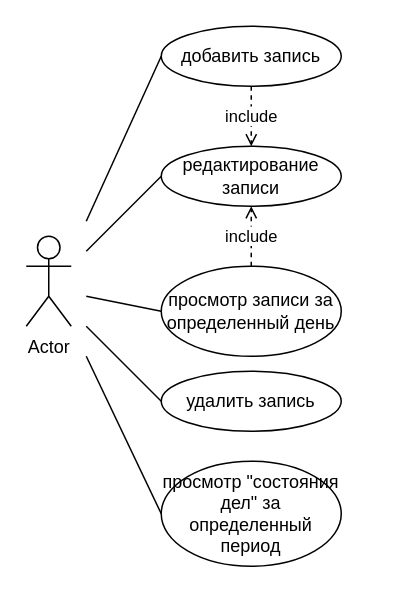
poupoupouCx/your_day keeps this draw.io diagram as Images/use_case.drawio. Above is the earlier version. Source tidied: cells renumbered, new cells numbered last; positions are measured from the earlier drawing's top-left corner, leaving out a move shared by most shapes. Both pictures are drawn from the tidied source at 150%, with x=0, y=0 at pixel (26, 26).
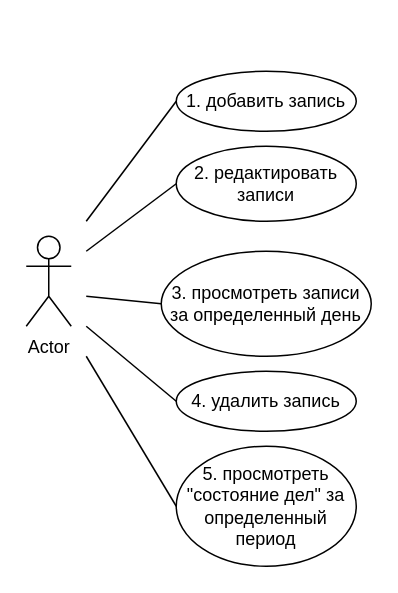
The same page after the edit.

The edit, as a diff of the source:
```diff
@@
 <mxGraphModel>
   <root>
     <mxCell id="0" />
     <mxCell id="1" parent="0" />
     <mxCell id="2" value="Actor" style="shape=umlActor;verticalLabelPosition=bottom;labelBackgroundColor=#ffffff;verticalAlign=top;html=1;" parent="1" vertex="1">
       <mxGeometry y="140" width="30" height="60" as="geometry" />
     </mxCell>
-    <mxCell id="3" value="добавить запись" style="ellipse;whiteSpace=wrap;html=1;" parent="1" vertex="1">
-      <mxGeometry x="90" width="120" height="40" as="geometry" />
+    <mxCell id="3" value="1. добавить запись" style="ellipse;whiteSpace=wrap;html=1;" parent="1" vertex="1">
+      <mxGeometry x="100" y="30" width="120" height="40" as="geometry" />
     </mxCell>
-    <mxCell id="4" value="удалить запись" style="ellipse;whiteSpace=wrap;html=1;" parent="1" vertex="1">
-      <mxGeometry x="90" y="230" width="120" height="40" as="geometry" />
+    <mxCell id="4" value="4. удалить запись" style="ellipse;whiteSpace=wrap;html=1;" parent="1" vertex="1">
+      <mxGeometry x="100" y="230" width="120" height="40" as="geometry" />
     </mxCell>
-    <mxCell id="5" value="просмотр записи за определенный день" style="ellipse;whiteSpace=wrap;html=1;" parent="1" vertex="1">
-      <mxGeometry x="90" y="160" width="120" height="60" as="geometry" />
+    <mxCell id="5" value="3. просмотреть записи за определенный день" style="ellipse;whiteSpace=wrap;html=1;" parent="1" vertex="1">
+      <mxGeometry x="90" y="150" width="140" height="70" as="geometry" />
     </mxCell>
-    <mxCell id="6" value="просмотр &quot;состояния дел&quot; за определенный период" style="ellipse;whiteSpace=wrap;html=1;" parent="1" vertex="1">
-      <mxGeometry x="90" y="290" width="120" height="70" as="geometry" />
+    <mxCell id="6" value="5. просмотреть&lt;br&gt;&quot;состояние дел&quot; за определенный период" style="ellipse;whiteSpace=wrap;html=1;" parent="1" vertex="1">
+      <mxGeometry x="100" y="280" width="120" height="80" as="geometry" />
     </mxCell>
     <mxCell id="7" style="endArrow=none;html=1;entryX=0;entryY=0.5;entryDx=0;entryDy=0;" parent="1" edge="1" target="3">
       <mxGeometry relative="1" as="geometry">
         <mxPoint x="40" y="130" as="sourcePoint" />
       </mxGeometry>
     </mxCell>
     <mxCell id="8" style="endArrow=none;html=1;entryX=0;entryY=0.5;entryDx=0;entryDy=0;" parent="1" edge="1" target="4">
       <mxGeometry relative="1" as="geometry">
         <mxPoint x="40" y="200" as="sourcePoint" />
       </mxGeometry>
     </mxCell>
     <mxCell id="9" style="endArrow=none;html=1;entryX=0;entryY=0.5;entryDx=0;entryDy=0;" parent="1" edge="1" target="5">
       <mxGeometry relative="1" as="geometry">
         <mxPoint x="40" y="180" as="sourcePoint" />
       </mxGeometry>
     </mxCell>
     <mxCell id="10" style="endArrow=none;html=1;entryX=0;entryY=0.5;entryDx=0;entryDy=0;" parent="1" edge="1" target="6">
       <mxGeometry relative="1" as="geometry">
         <mxPoint x="40" y="220" as="sourcePoint" />
       </mxGeometry>
     </mxCell>
-    <mxCell id="11" value="редактирование записи" style="ellipse;whiteSpace=wrap;html=1;perimeterSpacing=0;" parent="1" vertex="1">
-      <mxGeometry x="90" y="80" width="120" height="40" as="geometry" />
+    <mxCell id="11" value="2. редактировать записи" style="ellipse;whiteSpace=wrap;html=1;perimeterSpacing=0;" parent="1" vertex="1">
+      <mxGeometry x="100" y="80" width="120" height="50" as="geometry" />
     </mxCell>
-    <mxCell id="12" value="include" style="endArrow=open;endSize=6;endFill=0;html=1;dashed=1;startArrow=none;startFill=0;exitX=0.5;exitY=1;exitDx=0;exitDy=0;entryX=0.5;entryY=0;entryDx=0;entryDy=0;" parent="1" edge="1" source="3" target="11">
-      <mxGeometry relative="1" as="geometry" />
-    </mxCell>
     <mxCell id="13" style="endArrow=none;html=1;entryX=0;entryY=0.5;entryDx=0;entryDy=0;" parent="1" edge="1" target="11">
       <mxGeometry relative="1" as="geometry">
         <mxPoint x="40" y="150" as="sourcePoint" />
       </mxGeometry>
     </mxCell>
-    <mxCell id="14" value="include" style="endArrow=open;endSize=6;endFill=0;html=1;dashed=1;startArrow=none;startFill=0;exitX=0.5;exitY=0;exitDx=0;exitDy=0;entryX=0.5;entryY=1;entryDx=0;entryDy=0;" parent="1" edge="1" source="5" target="11">
-      <mxGeometry relative="1" as="geometry" />
-    </mxCell>
   </root>
 </mxGraphModel>
```
